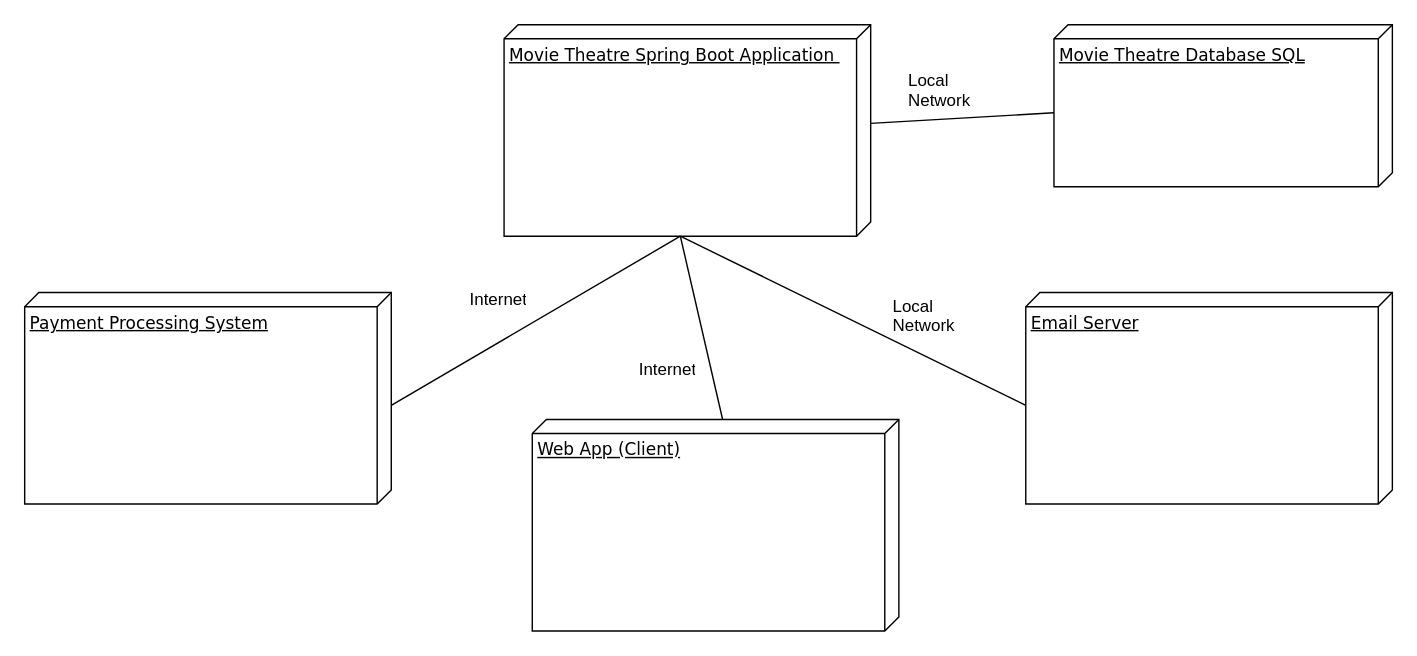
Earlier version of the draw.io diagram doc/drawio/Deployment Diagram.drawio (ticket-kings/movie-theatre-system-backend). Source tidied: cells renumbered, new cells numbered last; positions are measured from the earlier drawing's top-left corner, leaving out a move shared by most shapes. Both pictures are drawn from the tidied source at 141%, with x=0, y=0 at pixel (24, 24).
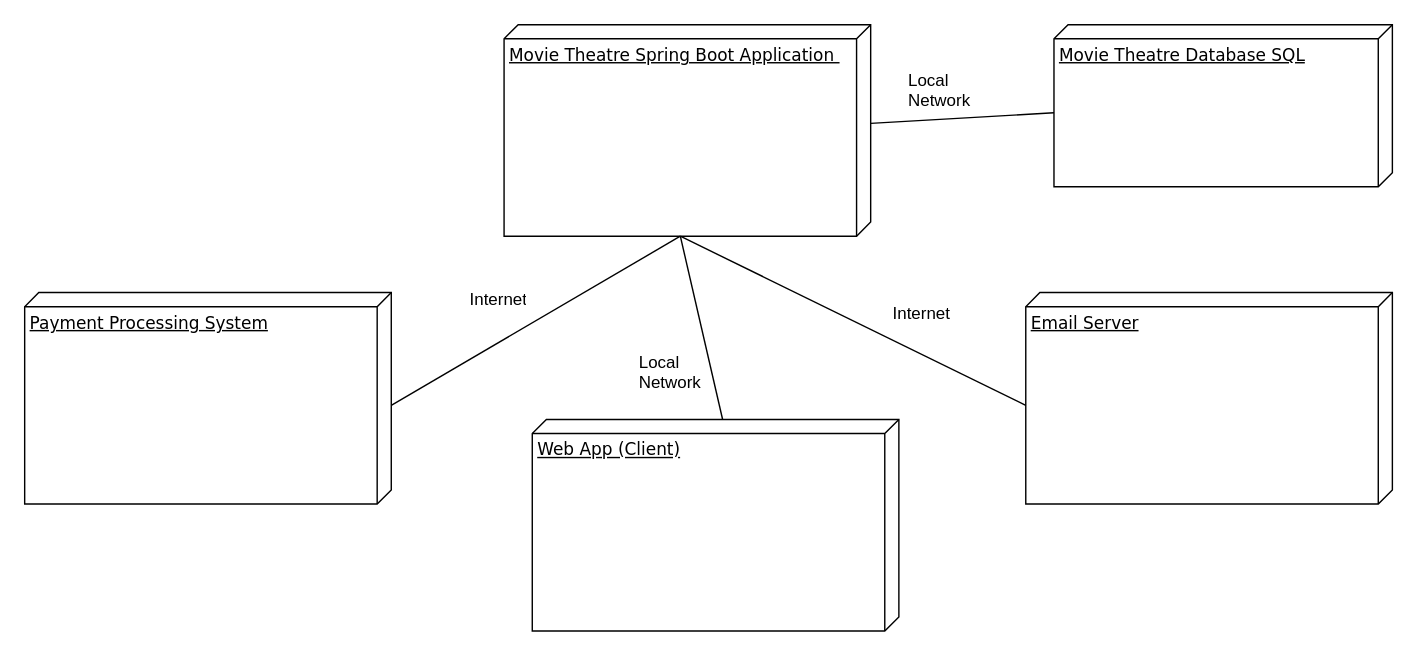
Above is the later version.

Commit message (it also covers changes not shown here):
Updated deployment diagram

What changed in the source:
```diff
@@
 <mxGraphModel>
   <root>
     <mxCell id="0" />
     <mxCell id="1" parent="0" />
     <mxCell id="2" value="Movie Theatre Spring Boot Application&amp;nbsp;" style="verticalAlign=top;align=left;spacingTop=8;spacingLeft=2;spacingRight=12;shape=cube;size=10;direction=south;fontStyle=4;html=1;rounded=0;shadow=0;comic=0;labelBackgroundColor=none;strokeWidth=1;fontFamily=Verdana;fontSize=12;" parent="1" vertex="1">
       <mxGeometry x="340" width="260" height="150" as="geometry" />
     </mxCell>
     <mxCell id="3" value="Email Server" style="verticalAlign=top;align=left;spacingTop=8;spacingLeft=2;spacingRight=12;shape=cube;size=10;direction=south;fontStyle=4;html=1;rounded=0;shadow=0;comic=0;labelBackgroundColor=none;strokeWidth=1;fontFamily=Verdana;fontSize=12;" parent="1" vertex="1">
       <mxGeometry x="710" y="190" width="260" height="150" as="geometry" />
     </mxCell>
     <mxCell id="4" value="Payment Processing System" style="verticalAlign=top;align=left;spacingTop=8;spacingLeft=2;spacingRight=12;shape=cube;size=10;direction=south;fontStyle=4;html=1;rounded=0;shadow=0;comic=0;labelBackgroundColor=none;strokeWidth=1;fontFamily=Verdana;fontSize=12;" parent="1" vertex="1">
       <mxGeometry y="190" width="260" height="150" as="geometry" />
     </mxCell>
     <mxCell id="5" value="Movie Theatre Database SQL" style="verticalAlign=top;align=left;spacingTop=8;spacingLeft=2;spacingRight=12;shape=cube;size=10;direction=south;fontStyle=4;html=1;rounded=0;shadow=0;comic=0;labelBackgroundColor=none;strokeWidth=1;fontFamily=Verdana;fontSize=12;" parent="1" vertex="1">
       <mxGeometry x="730" width="240" height="115" as="geometry" />
     </mxCell>
     <mxCell id="6" value="Web App (Client)" style="verticalAlign=top;align=left;spacingTop=8;spacingLeft=2;spacingRight=12;shape=cube;size=10;direction=south;fontStyle=4;html=1;rounded=0;shadow=0;comic=0;labelBackgroundColor=none;strokeWidth=1;fontFamily=Verdana;fontSize=12;" parent="1" vertex="1">
       <mxGeometry x="360" y="280" width="260" height="150" as="geometry" />
     </mxCell>
     <mxCell id="7" style="endArrow=none;html=1;rounded=0;entryX=0;entryY=0;entryDx=150;entryDy=135;entryPerimeter=0;" parent="1" edge="1" target="2">
       <mxGeometry relative="1" as="geometry">
         <mxPoint x="260" y="270" as="sourcePoint" />
       </mxGeometry>
     </mxCell>
     <mxCell id="8" style="endArrow=none;html=1;rounded=0;entryX=0;entryY=0;entryDx=0;entryDy=125;entryPerimeter=0;exitX=0;exitY=0;exitDx=150;exitDy=135;exitPerimeter=0;" parent="1" edge="1" source="2" target="6">
       <mxGeometry relative="1" as="geometry" />
     </mxCell>
     <mxCell id="9" style="endArrow=none;html=1;rounded=0;exitX=0;exitY=0;exitDx=150;exitDy=135;exitPerimeter=0;entryX=0;entryY=0;entryDx=80;entryDy=260;entryPerimeter=0;" parent="1" edge="1" source="2" target="3">
       <mxGeometry relative="1" as="geometry" />
     </mxCell>
     <mxCell id="10" style="endArrow=none;html=1;rounded=0;entryX=0;entryY=0;entryDx=70;entryDy=0;entryPerimeter=0;exitX=0;exitY=0;exitDx=62.5;exitDy=240;exitPerimeter=0;" parent="1" edge="1" source="5" target="2">
       <mxGeometry relative="1" as="geometry" />
     </mxCell>
     <mxCell id="11" value="Internet" style="text;strokeColor=none;fillColor=none;align=left;verticalAlign=middle;spacingLeft=4;spacingRight=4;overflow=hidden;whiteSpace=wrap;html=1;" parent="1" vertex="1">
       <mxGeometry x="310" y="180" width="50" height="30" as="geometry" />
     </mxCell>
-    <mxCell id="12" value="Local Network" style="text;strokeColor=none;fillColor=none;align=left;verticalAlign=middle;spacingLeft=4;spacingRight=4;overflow=hidden;whiteSpace=wrap;html=1;" parent="1" vertex="1">
+    <mxCell id="12" value="Internet" style="text;strokeColor=none;fillColor=none;align=left;verticalAlign=middle;spacingLeft=4;spacingRight=4;overflow=hidden;whiteSpace=wrap;html=1;" parent="1" vertex="1">
       <mxGeometry x="610" y="190" width="60" height="30" as="geometry" />
     </mxCell>
-    <mxCell id="13" value="Internet" style="text;strokeColor=none;fillColor=none;align=left;verticalAlign=middle;spacingLeft=4;spacingRight=4;overflow=hidden;whiteSpace=wrap;html=1;" parent="1" vertex="1">
-      <mxGeometry x="430" y="230" width="50" height="30" as="geometry" />
+    <mxCell id="13" value="Local Network" style="text;strokeColor=none;fillColor=none;align=left;verticalAlign=middle;spacingLeft=4;spacingRight=4;overflow=hidden;whiteSpace=wrap;html=1;" parent="1" vertex="1">
+      <mxGeometry x="430" y="230" width="60" height="30" as="geometry" />
     </mxCell>
     <mxCell id="14" value="Local Network" style="text;strokeColor=none;fillColor=none;align=left;verticalAlign=middle;spacingLeft=4;spacingRight=4;overflow=hidden;whiteSpace=wrap;html=1;" parent="1" vertex="1">
       <mxGeometry x="621" y="30" width="59" height="30" as="geometry" />
     </mxCell>
   </root>
 </mxGraphModel>
```
